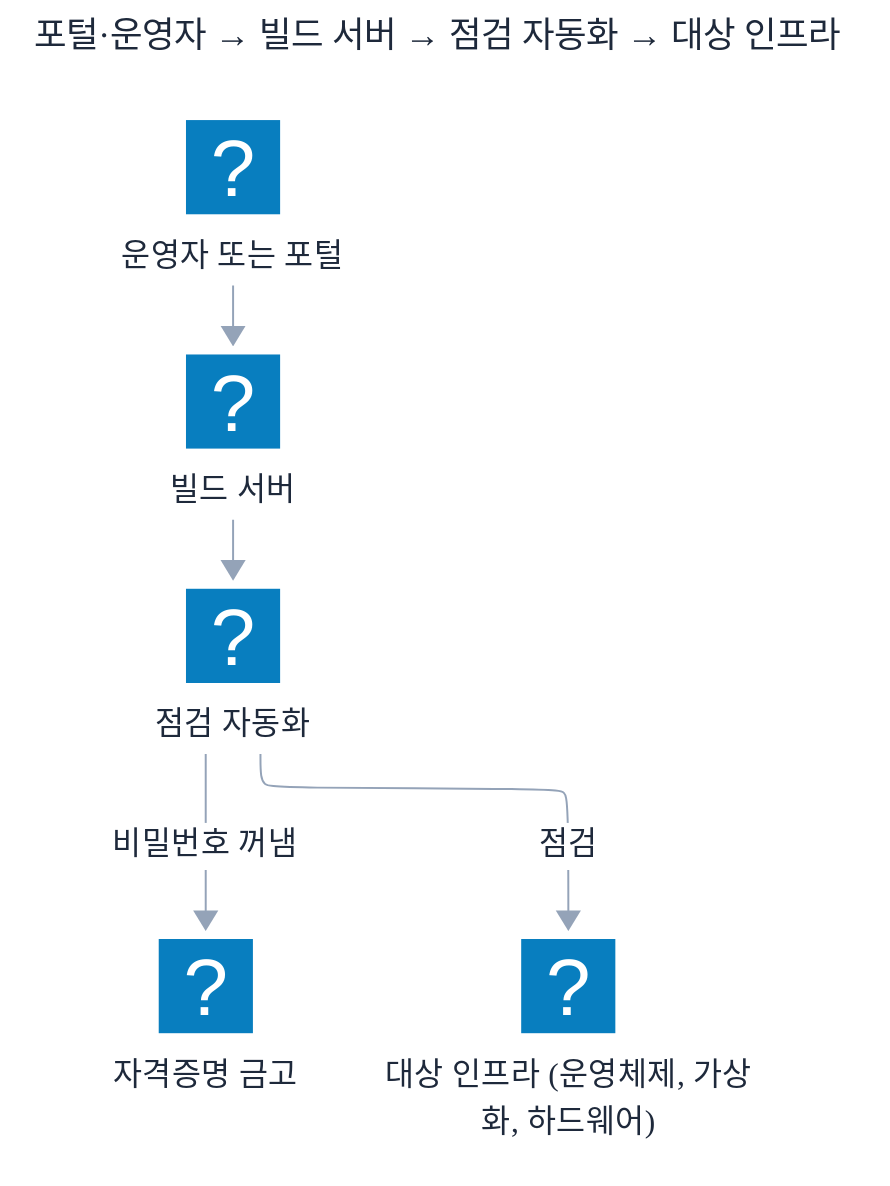
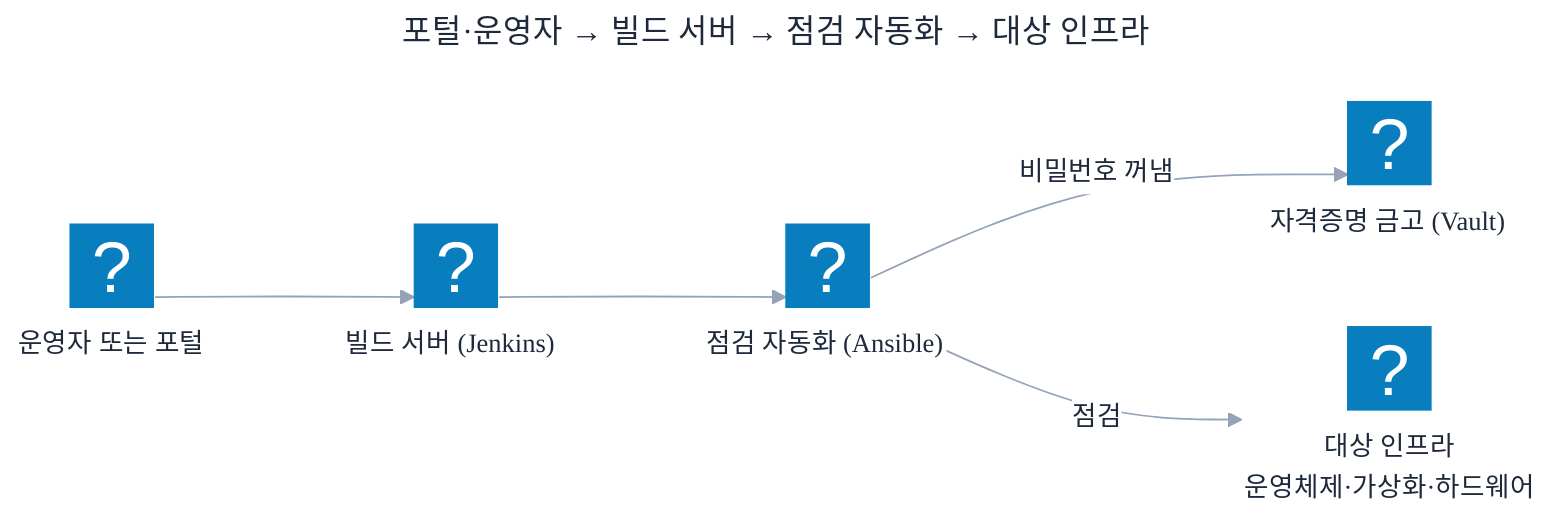
---
title: 포털·운영자 → 빌드 서버 → 점검 자동화 → 대상 인프라
config:
-   layout: elk
-   look: neo
  theme: base
  themeVariables:
    fontFamily: 'Malgun Gothic, Pretendard, Noto Sans KR, sans-serif'
-     fontSize: '16px'
+     fontSize: '15px'
    primaryColor: '#EEF2FF'
    primaryTextColor: '#1E293B'
    primaryBorderColor: '#6366F1'
    lineColor: '#94A3B8'
    edgeLabelBackground: '#FFFFFF'
+   flowchart:
+     nodeSpacing: 45
+     rankSpacing: 75
+     padding: 8
---
- flowchart TD
+ flowchart LR
    OP@{ icon: "fa6-solid:user", label: "운영자 또는 포털" }
-     BUILD@{ icon: "logos:jenkins", label: "빌드 서버" }
-     AUTO@{ icon: "logos:ansible", label: "점검 자동화" }
-     VAULT@{ icon: "logos:vault-icon", label: "자격증명 금고" }
-     INFRA@{ icon: "fa6-solid:server", label: "대상 인프라 (운영체제, 가상화, 하드웨어)" }
+     BUILD@{ icon: "logos:jenkins", label: "빌드 서버 (Jenkins)" }
+     AUTO@{ icon: "logos:ansible", label: "점검 자동화 (Ansible)" }
+     VAULT@{ icon: "logos:vault-icon", label: "자격증명 금고 (Vault)" }
+     INFRA@{ icon: "fa6-solid:server", label: "대상 인프라<br/>운영체제·가상화·하드웨어" }

    OP --> BUILD --> AUTO
    AUTO -->|"비밀번호 꺼냄"| VAULT
    AUTO -->|"점검"| INFRA
